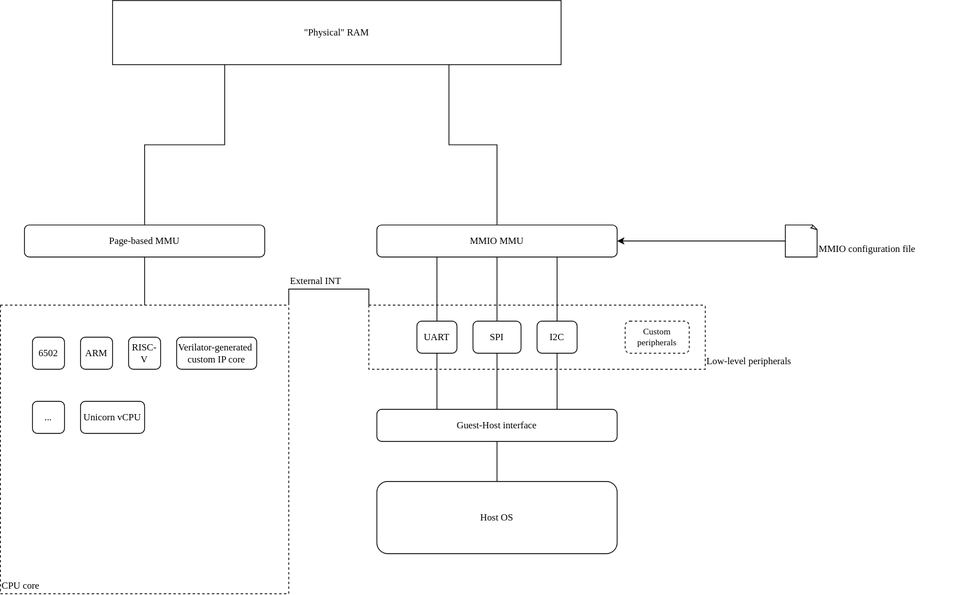
Above: me-emu.svg in DreamChaser-luzeyu/M-EMU (draw.io), before the change. Source tidied: cells renumbered, new cells last; positions are measured from the earlier drawing's top-left corner, leaving out a move shared by most shapes.
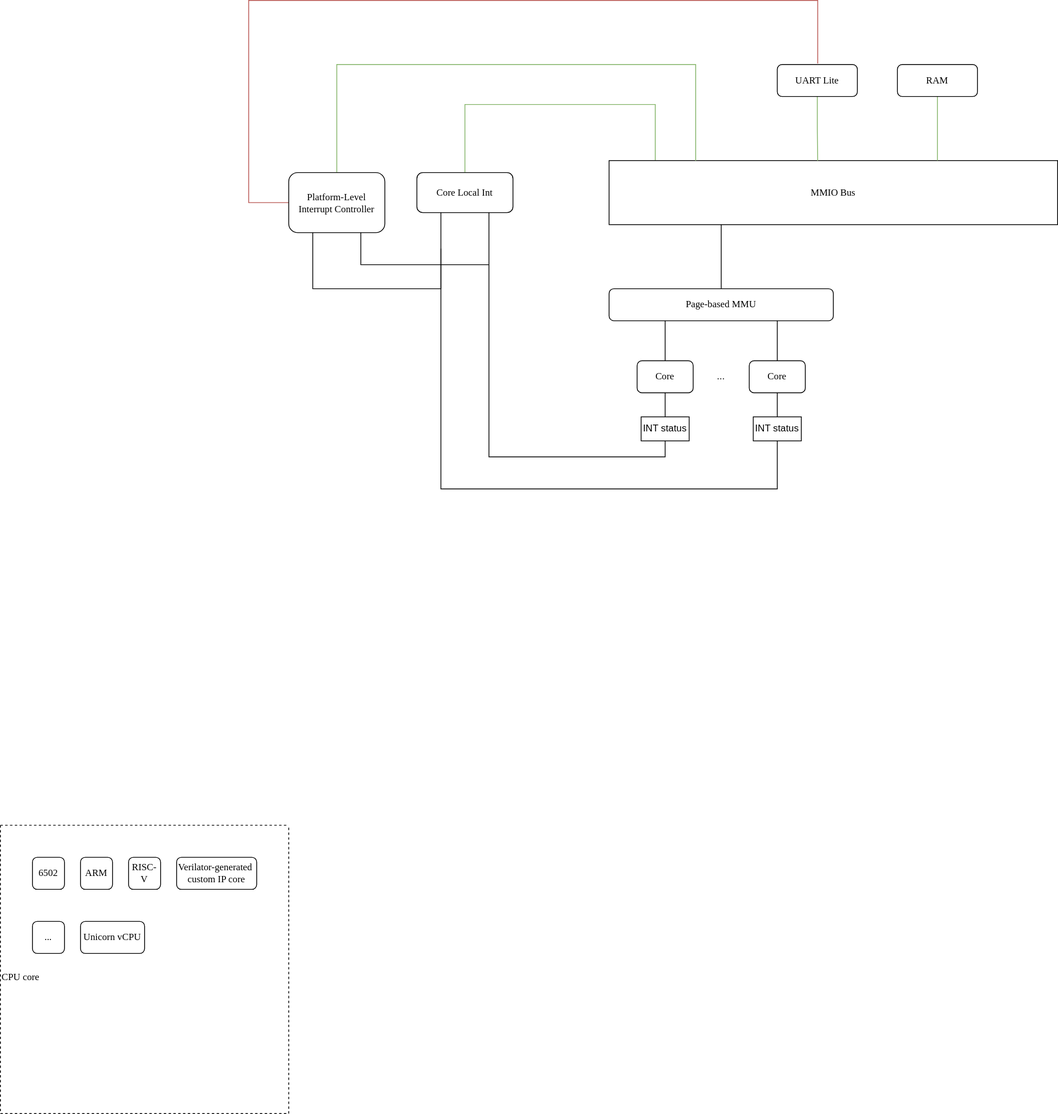
The same file after the commit.

What changed in the source:
```diff
@@ -5,104 +5,139 @@
     <mxCell id="2" style="edgeStyle=orthogonalEdgeStyle;rounded=0;jettySize=auto;html=1;exitX=0.25;exitY=1;exitDx=0;exitDy=0;endArrow=none;endFill=0;" parent="1" edge="1" source="3" target="34">
       <mxGeometry relative="1" as="geometry" />
     </mxCell>
-    <mxCell id="3" value="&lt;font face=&quot;Lucida Console&quot;&gt;&quot;Physical&quot; RAM&lt;/font&gt;" style="rounded=0;whiteSpace=wrap;html=1;" parent="1" vertex="1">
-      <mxGeometry x="140" width="560" height="80" as="geometry" />
+    <mxCell id="3" value="&lt;font face=&quot;Lucida Console&quot;&gt;MMIO Bus&lt;/font&gt;" style="rounded=0;whiteSpace=wrap;html=1;" parent="1" vertex="1">
+      <mxGeometry x="500" width="560" height="80" as="geometry" />
     </mxCell>
-    <mxCell id="4" style="edgeStyle=orthogonalEdgeStyle;rounded=0;jettySize=auto;html=1;exitX=1;exitY=0;exitDx=0;exitDy=0;entryX=0;entryY=0;entryDx=0;entryDy=0;endArrow=none;endFill=0;" parent="1" edge="1" source="5" target="13">
-      <mxGeometry relative="1" as="geometry" />
-    </mxCell>
-    <mxCell id="5" style="swimlane;startSize=0;dashed=1;" parent="1" vertex="1">
-      <mxGeometry y="380" width="360" height="360" as="geometry" />
-    </mxCell>
+    <mxCell id="34" value="Page-based MMU" style="rounded=1;whiteSpace=wrap;html=1;fontFamily=Lucida Console;" parent="1" vertex="1">
+      <mxGeometry x="500" y="160" width="280" height="40" as="geometry" />
+    </mxCell>
+    <mxCell id="36" style="swimlane;startSize=0;dashed=1;" parent="1" vertex="1">
+      <mxGeometry x="-260" y="830" width="360" height="360" as="geometry" />
+    </mxCell>
-    <mxCell id="6" value="CPU core" style="text;html=1;strokeColor=none;fillColor=none;align=left;verticalAlign=middle;whiteSpace=wrap;rounded=0;fontFamily=Lucida Console;" parent="5" vertex="1">
-      <mxGeometry y="340" width="80" height="20" as="geometry" />
+    <mxCell id="6" value="CPU core" style="text;html=1;strokeColor=none;fillColor=none;align=left;verticalAlign=middle;whiteSpace=wrap;rounded=0;fontFamily=Lucida Console;" parent="36" vertex="1">
+      <mxGeometry y="180" width="80" height="20" as="geometry" />
     </mxCell>
-    <mxCell id="7" value="ARM" style="rounded=1;whiteSpace=wrap;html=1;fontFamily=Lucida Console;" parent="5" vertex="1">
+    <mxCell id="7" value="ARM" style="rounded=1;whiteSpace=wrap;html=1;fontFamily=Lucida Console;" parent="36" vertex="1">
       <mxGeometry x="100" y="40" width="40" height="40" as="geometry" />
     </mxCell>
-    <mxCell id="8" value="6502" style="rounded=1;whiteSpace=wrap;html=1;fontFamily=Lucida Console;" parent="5" vertex="1">
+    <mxCell id="8" value="6502" style="rounded=1;whiteSpace=wrap;html=1;fontFamily=Lucida Console;" parent="36" vertex="1">
       <mxGeometry x="40" y="40" width="40" height="40" as="geometry" />
     </mxCell>
-    <mxCell id="9" value="RISC-V" style="rounded=1;whiteSpace=wrap;html=1;fontFamily=Lucida Console;" parent="5" vertex="1">
+    <mxCell id="9" value="RISC-V" style="rounded=1;whiteSpace=wrap;html=1;fontFamily=Lucida Console;" parent="36" vertex="1">
       <mxGeometry x="160" y="40" width="40" height="40" as="geometry" />
     </mxCell>
-    <mxCell id="10" value="..." style="rounded=1;whiteSpace=wrap;html=1;fontFamily=Lucida Console;" parent="5" vertex="1">
+    <mxCell id="10" value="..." style="rounded=1;whiteSpace=wrap;html=1;fontFamily=Lucida Console;" parent="36" vertex="1">
       <mxGeometry x="40" y="120" width="40" height="40" as="geometry" />
     </mxCell>
-    <mxCell id="11" value="Verilator-generated&amp;nbsp;&lt;br&gt;custom IP core" style="rounded=1;whiteSpace=wrap;html=1;fontFamily=Lucida Console;" parent="5" vertex="1">
+    <mxCell id="11" value="Verilator-generated&amp;nbsp;&lt;br&gt;custom IP core" style="rounded=1;whiteSpace=wrap;html=1;fontFamily=Lucida Console;" parent="36" vertex="1">
       <mxGeometry x="220" y="40" width="100" height="40" as="geometry" />
     </mxCell>
-    <mxCell id="12" value="Unicorn vCPU" style="rounded=1;whiteSpace=wrap;html=1;fontFamily=Lucida Console;" parent="5" vertex="1">
+    <mxCell id="12" value="Unicorn vCPU" style="rounded=1;whiteSpace=wrap;html=1;fontFamily=Lucida Console;" parent="36" vertex="1">
       <mxGeometry x="100" y="120" width="80" height="40" as="geometry" />
     </mxCell>
-    <mxCell id="13" style="swimlane;startSize=0;dashed=1;" parent="1" vertex="1">
-      <mxGeometry x="460" y="380" width="420" height="80" as="geometry" />
-    </mxCell>
-    <mxCell id="14" value="UART" style="rounded=1;whiteSpace=wrap;html=1;fontFamily=Lucida Console;" parent="13" vertex="1">
-      <mxGeometry x="60" y="20" width="50" height="40" as="geometry" />
-    </mxCell>
-    <mxCell id="15" value="SPI" style="rounded=1;whiteSpace=wrap;html=1;fontFamily=Lucida Console;" parent="13" vertex="1">
-      <mxGeometry x="130" y="20" width="60" height="40" as="geometry" />
-    </mxCell>
-    <mxCell id="16" value="I2C" style="rounded=1;whiteSpace=wrap;html=1;fontFamily=Lucida Console;" parent="13" vertex="1">
-      <mxGeometry x="210" y="20" width="50" height="40" as="geometry" />
-    </mxCell>
-    <mxCell id="17" value="Custom peripherals" style="rounded=1;whiteSpace=wrap;html=1;fontFamily=Lucida Console;fontSize=11;dashed=1;" parent="13" vertex="1">
-      <mxGeometry x="320" y="20" width="80" height="40" as="geometry" />
-    </mxCell>
-    <mxCell id="18" style="edgeStyle=orthogonalEdgeStyle;rounded=0;jettySize=auto;html=1;exitX=0.5;exitY=0;exitDx=0;exitDy=0;entryX=0.75;entryY=1;entryDx=0;entryDy=0;anchorPointDirection=1;endArrow=none;endFill=0;" parent="1" edge="1" source="19" target="3">
-      <mxGeometry relative="1" as="geometry" />
-    </mxCell>
-    <mxCell id="19" value="MMIO MMU" style="rounded=1;whiteSpace=wrap;html=1;fontFamily=Lucida Console;" parent="1" vertex="1">
-      <mxGeometry x="470" y="280" width="300" height="40" as="geometry" />
-    </mxCell>
-    <mxCell id="20" style="edgeStyle=orthogonalEdgeStyle;rounded=0;jettySize=auto;html=1;exitX=0;exitY=0.5;exitDx=0;exitDy=0;exitPerimeter=0;entryX=1;entryY=0.5;entryDx=0;entryDy=0;" parent="1" edge="1" source="21" target="19">
-      <mxGeometry relative="1" as="geometry" />
-    </mxCell>
-    <mxCell id="21" style="whiteSpace=wrap;html=1;shape=mxgraph.basic.document;" parent="1" vertex="1">
-      <mxGeometry x="980" y="280" width="40" height="40" as="geometry" />
-    </mxCell>
-    <mxCell id="22" value="MMIO configuration file" style="text;html=1;strokeColor=none;fillColor=none;align=left;verticalAlign=middle;whiteSpace=wrap;rounded=0;fontFamily=Lucida Console;" parent="1" vertex="1">
-      <mxGeometry x="1020" y="300" width="200" height="20" as="geometry" />
-    </mxCell>
-    <mxCell id="23" style="edgeStyle=orthogonalEdgeStyle;rounded=0;jettySize=auto;html=1;exitX=0.5;exitY=0;exitDx=0;exitDy=0;entryX=0.25;entryY=1;entryDx=0;entryDy=0;endArrow=none;endFill=0;curved=1;" parent="1" edge="1" source="14" target="19">
-      <mxGeometry relative="1" as="geometry" />
-    </mxCell>
-    <mxCell id="24" style="edgeStyle=orthogonalEdgeStyle;rounded=0;jettySize=auto;html=1;exitX=0.5;exitY=0;exitDx=0;exitDy=0;endArrow=none;endFill=0;" parent="1" edge="1" source="15" target="19">
-      <mxGeometry relative="1" as="geometry" />
-    </mxCell>
-    <mxCell id="25" style="edgeStyle=orthogonalEdgeStyle;rounded=0;jettySize=auto;html=1;exitX=0.5;exitY=0;exitDx=0;exitDy=0;entryX=0.75;entryY=1;entryDx=0;entryDy=0;endArrow=none;endFill=0;curved=1;" parent="1" edge="1" source="16" target="19">
-      <mxGeometry relative="1" as="geometry" />
-    </mxCell>
-    <mxCell id="26" value="Low-level peripherals" style="text;html=1;strokeColor=none;fillColor=none;align=left;verticalAlign=middle;whiteSpace=wrap;rounded=0;fontFamily=Lucida Console;" parent="1" vertex="1">
-      <mxGeometry x="880" y="440" width="160" height="20" as="geometry" />
-    </mxCell>
-    <mxCell id="27" style="edgeStyle=orthogonalEdgeStyle;shape=connector;rounded=0;jettySize=auto;html=1;exitX=0.5;exitY=1;exitDx=0;exitDy=0;entryX=0.5;entryY=0;entryDx=0;entryDy=0;labelBackgroundColor=default;strokeColor=default;fontFamily=Helvetica;fontSize=11;fontColor=default;endArrow=none;endFill=0;" parent="1" edge="1" source="28" target="32">
-      <mxGeometry relative="1" as="geometry" />
-    </mxCell>
-    <mxCell id="28" value="Guest-Host interface" style="rounded=1;whiteSpace=wrap;html=1;fontFamily=Lucida Console;" parent="1" vertex="1">
-      <mxGeometry x="470" y="510" width="300" height="40" as="geometry" />
-    </mxCell>
-    <mxCell id="29" style="edgeStyle=orthogonalEdgeStyle;shape=connector;rounded=0;jettySize=auto;html=1;exitX=0.5;exitY=1;exitDx=0;exitDy=0;entryX=0.25;entryY=0;entryDx=0;entryDy=0;labelBackgroundColor=default;strokeColor=default;fontFamily=Helvetica;fontSize=11;fontColor=default;endArrow=none;endFill=0;curved=1;" parent="1" edge="1" source="14" target="28">
-      <mxGeometry relative="1" as="geometry" />
-    </mxCell>
-    <mxCell id="30" style="edgeStyle=orthogonalEdgeStyle;shape=connector;rounded=0;jettySize=auto;html=1;exitX=0.5;exitY=1;exitDx=0;exitDy=0;labelBackgroundColor=default;strokeColor=default;fontFamily=Helvetica;fontSize=11;fontColor=default;endArrow=none;endFill=0;" parent="1" edge="1" source="15" target="28">
-      <mxGeometry relative="1" as="geometry" />
-    </mxCell>
-    <mxCell id="31" style="edgeStyle=orthogonalEdgeStyle;shape=connector;rounded=0;jettySize=auto;html=1;exitX=0.5;exitY=1;exitDx=0;exitDy=0;entryX=0.75;entryY=0;entryDx=0;entryDy=0;labelBackgroundColor=default;strokeColor=default;fontFamily=Helvetica;fontSize=11;fontColor=default;endArrow=none;endFill=0;curved=1;" parent="1" edge="1" source="16" target="28">
-      <mxGeometry relative="1" as="geometry" />
-    </mxCell>
-    <mxCell id="32" value="Host OS" style="rounded=1;whiteSpace=wrap;html=1;fontFamily=Lucida Console;" parent="1" vertex="1">
-      <mxGeometry x="470" y="600" width="300" height="90" as="geometry" />
-    </mxCell>
-    <mxCell id="33" style="edgeStyle=orthogonalEdgeStyle;rounded=0;jettySize=auto;html=1;exitX=0.5;exitY=1;exitDx=0;exitDy=0;endArrow=none;endFill=0;" parent="1" edge="1" source="34" target="5">
-      <mxGeometry relative="1" as="geometry" />
-    </mxCell>
-    <mxCell id="34" value="Page-based MMU" style="rounded=1;whiteSpace=wrap;html=1;fontFamily=Lucida Console;" parent="1" vertex="1">
-      <mxGeometry x="30" y="280" width="300" height="40" as="geometry" />
-    </mxCell>
-    <mxCell id="35" value="External INT" style="text;html=1;strokeColor=none;fillColor=none;align=left;verticalAlign=middle;whiteSpace=wrap;rounded=0;fontFamily=Lucida Console;" parent="1" vertex="1">
-      <mxGeometry x="360" y="340" width="70" height="20" as="geometry" />
-    </mxCell>
+    <mxCell id="37" style="edgeStyle=orthogonalEdgeStyle;rounded=0;jettySize=auto;html=1;exitX=0.5;exitY=0;exitDx=0;exitDy=0;entryX=0.25;entryY=1;entryDx=0;entryDy=0;endArrow=none;endFill=0;" parent="1" edge="1" source="38" target="34">
+      <mxGeometry relative="1" as="geometry" />
+    </mxCell>
+    <mxCell id="38" value="Core" style="rounded=1;whiteSpace=wrap;html=1;fontFamily=Lucida Console;" parent="1" vertex="1">
+      <mxGeometry x="535" y="250" width="70" height="40" as="geometry" />
+    </mxCell>
+    <mxCell id="39" style="edgeStyle=orthogonalEdgeStyle;rounded=0;jettySize=auto;html=1;exitX=0.5;exitY=0;exitDx=0;exitDy=0;entryX=0.75;entryY=1;entryDx=0;entryDy=0;endArrow=none;endFill=0;" parent="1" edge="1" source="40" target="34">
+      <mxGeometry relative="1" as="geometry" />
+    </mxCell>
+    <mxCell id="40" value="Core" style="rounded=1;whiteSpace=wrap;html=1;fontFamily=Lucida Console;" parent="1" vertex="1">
+      <mxGeometry x="675" y="250" width="70" height="40" as="geometry" />
+    </mxCell>
+    <mxCell id="41" style="edgeStyle=orthogonalEdgeStyle;rounded=0;jettySize=auto;html=1;exitX=0.5;exitY=0;exitDx=0;exitDy=0;entryX=0.5;entryY=1;entryDx=0;entryDy=0;endArrow=none;endFill=0;" parent="1" edge="1" source="43" target="38">
+      <mxGeometry relative="1" as="geometry" />
+    </mxCell>
+    <mxCell id="42" style="edgeStyle=orthogonalEdgeStyle;rounded=0;jettySize=auto;html=1;exitX=0.5;exitY=1;exitDx=0;exitDy=0;endArrow=none;endFill=0;entryX=0.75;entryY=1;entryDx=0;entryDy=0;" parent="1" edge="1" source="43" target="49">
+      <mxGeometry relative="1" as="geometry" />
+    </mxCell>
+    <mxCell id="43" value="INT status" style="rounded=0;whiteSpace=wrap;html=1;" parent="1" vertex="1">
+      <mxGeometry x="540" y="320" width="60" height="30" as="geometry" />
+    </mxCell>
+    <mxCell id="44" value="..." style="text;html=1;strokeColor=none;fillColor=none;align=center;verticalAlign=middle;whiteSpace=wrap;rounded=0;" parent="1" vertex="1">
+      <mxGeometry x="610" y="255" width="60" height="30" as="geometry" />
+    </mxCell>
+    <mxCell id="45" style="edgeStyle=orthogonalEdgeStyle;rounded=0;jettySize=auto;html=1;exitX=0.5;exitY=0;exitDx=0;exitDy=0;endArrow=none;endFill=0;" parent="1" edge="1" source="47" target="40">
+      <mxGeometry relative="1" as="geometry" />
+    </mxCell>
+    <mxCell id="46" style="edgeStyle=orthogonalEdgeStyle;rounded=0;jettySize=auto;html=1;exitX=0.5;exitY=1;exitDx=0;exitDy=0;entryX=0.25;entryY=1;entryDx=0;entryDy=0;endArrow=none;endFill=0;" parent="1" edge="1" source="47" target="49">
+      <mxGeometry relative="1" as="geometry">
+        <Array as="points">
+          <mxPoint x="710" y="410" />
+          <mxPoint x="290" y="410" />
+        </Array>
+      </mxGeometry>
+    </mxCell>
+    <mxCell id="47" value="INT status" style="rounded=0;whiteSpace=wrap;html=1;" parent="1" vertex="1">
+      <mxGeometry x="680" y="320" width="60" height="30" as="geometry" />
+    </mxCell>
+    <mxCell id="48" style="edgeStyle=orthogonalEdgeStyle;rounded=0;jettySize=auto;html=1;exitX=0.5;exitY=0;exitDx=0;exitDy=0;entryX=0.103;entryY=-0.006;entryDx=0;entryDy=0;entryPerimeter=0;endArrow=none;endFill=0;fillColor=#d5e8d4;strokeColor=#82b366;" parent="1" edge="1" source="49" target="3">
+      <mxGeometry relative="1" as="geometry">
+        <Array as="points">
+          <mxPoint x="320" y="-70" />
+          <mxPoint x="558" y="-70" />
+        </Array>
+      </mxGeometry>
+    </mxCell>
+    <mxCell id="49" value="Core Local Int" style="rounded=1;whiteSpace=wrap;html=1;fontFamily=Lucida Console;" parent="1" vertex="1">
+      <mxGeometry x="260" y="15" width="120" height="50" as="geometry" />
+    </mxCell>
+    <mxCell id="50" style="edgeStyle=orthogonalEdgeStyle;rounded=0;jettySize=auto;html=1;exitX=0.5;exitY=0;exitDx=0;exitDy=0;entryX=0.193;entryY=0.003;entryDx=0;entryDy=0;entryPerimeter=0;endArrow=none;endFill=0;fillColor=#d5e8d4;strokeColor=#82b366;" parent="1" edge="1" source="53" target="3">
+      <mxGeometry relative="1" as="geometry">
+        <Array as="points">
+          <mxPoint x="160" y="-120" />
+          <mxPoint x="608" y="-120" />
+        </Array>
+      </mxGeometry>
+    </mxCell>
+    <mxCell id="51" style="edgeStyle=orthogonalEdgeStyle;rounded=0;jettySize=auto;html=1;exitX=0.25;exitY=1;exitDx=0;exitDy=0;endArrow=none;endFill=0;" parent="1" edge="1" source="53">
+      <mxGeometry relative="1" as="geometry">
+        <mxPoint x="290" y="110" as="targetPoint" />
+        <Array as="points">
+          <mxPoint x="130" y="160" />
+          <mxPoint x="290" y="160" />
+        </Array>
+      </mxGeometry>
+    </mxCell>
+    <mxCell id="52" style="edgeStyle=orthogonalEdgeStyle;rounded=0;jettySize=auto;html=1;entryX=0.505;entryY=-0.028;entryDx=0;entryDy=0;entryPerimeter=0;endArrow=none;endFill=0;fillColor=#f8cecc;strokeColor=#b85450;" parent="1" edge="1" source="53" target="55">
+      <mxGeometry relative="1" as="geometry">
+        <Array as="points">
+          <mxPoint x="50" y="53" />
+          <mxPoint x="50" y="-200" />
+          <mxPoint x="760" y="-200" />
+        </Array>
+      </mxGeometry>
+    </mxCell>
+    <mxCell id="53" value="Platform-Level Interrupt Controller" style="rounded=1;whiteSpace=wrap;html=1;fontFamily=Lucida Console;" parent="1" vertex="1">
+      <mxGeometry x="100" y="15" width="120" height="75" as="geometry" />
+    </mxCell>
+    <mxCell id="54" style="edgeStyle=orthogonalEdgeStyle;rounded=0;jettySize=auto;html=1;exitX=0.5;exitY=1;exitDx=0;exitDy=0;entryX=0.465;entryY=0.004;entryDx=0;entryDy=0;entryPerimeter=0;endArrow=none;endFill=0;fillColor=#d5e8d4;strokeColor=#82b366;" parent="1" edge="1" source="55" target="3">
+      <mxGeometry relative="1" as="geometry" />
+    </mxCell>
+    <mxCell id="55" value="UART Lite" style="rounded=1;whiteSpace=wrap;html=1;fontFamily=Lucida Console;" parent="1" vertex="1">
+      <mxGeometry x="710" y="-120" width="100" height="40" as="geometry" />
+    </mxCell>
+    <mxCell id="56" style="edgeStyle=orthogonalEdgeStyle;rounded=0;jettySize=auto;html=1;exitX=0.75;exitY=1;exitDx=0;exitDy=0;endArrow=none;endFill=0;jumpStyle=arc;" parent="1" edge="1" source="53">
+      <mxGeometry relative="1" as="geometry">
+        <mxPoint x="350" y="130" as="targetPoint" />
+        <Array as="points">
+          <mxPoint x="190" y="130" />
+          <mxPoint x="350" y="130" />
+        </Array>
+      </mxGeometry>
+    </mxCell>
+    <mxCell id="57" style="edgeStyle=orthogonalEdgeStyle;rounded=0;jettySize=auto;html=1;endArrow=none;endFill=0;fillColor=#d5e8d4;strokeColor=#82b366;" parent="1" edge="1" source="58" target="3">
+      <mxGeometry relative="1" as="geometry">
+        <Array as="points">
+          <mxPoint x="910" y="-10" />
+          <mxPoint x="910" y="-10" />
+        </Array>
+      </mxGeometry>
+    </mxCell>
+    <mxCell id="58" value="RAM" style="rounded=1;whiteSpace=wrap;html=1;fontFamily=Lucida Console;" parent="1" vertex="1">
+      <mxGeometry x="860" y="-120" width="100" height="40" as="geometry" />
+    </mxCell>
   </root>
 </mxGraphModel>
```
